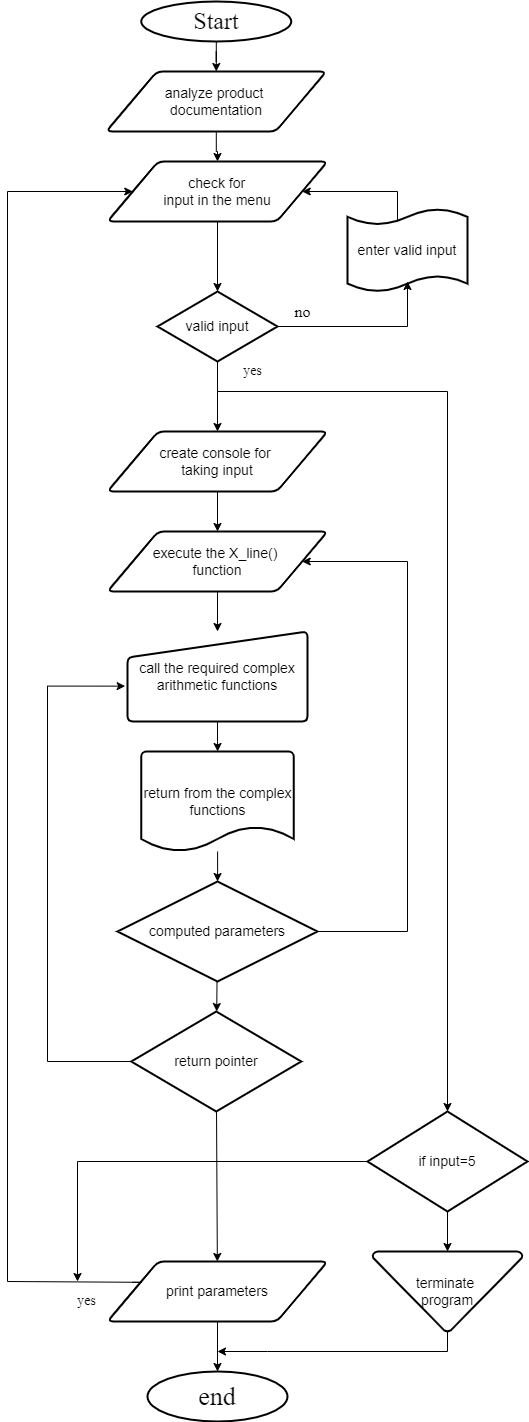
Earlier version of the draw.io export 2_Architecture/high level diagram.drawio.png (AnilSAski/M1_Matrix-Calculator). Source tidied: cells renumbered, new cells last; positions are measured from the earlier drawing's top-left corner, leaving out a move shared by most shapes.
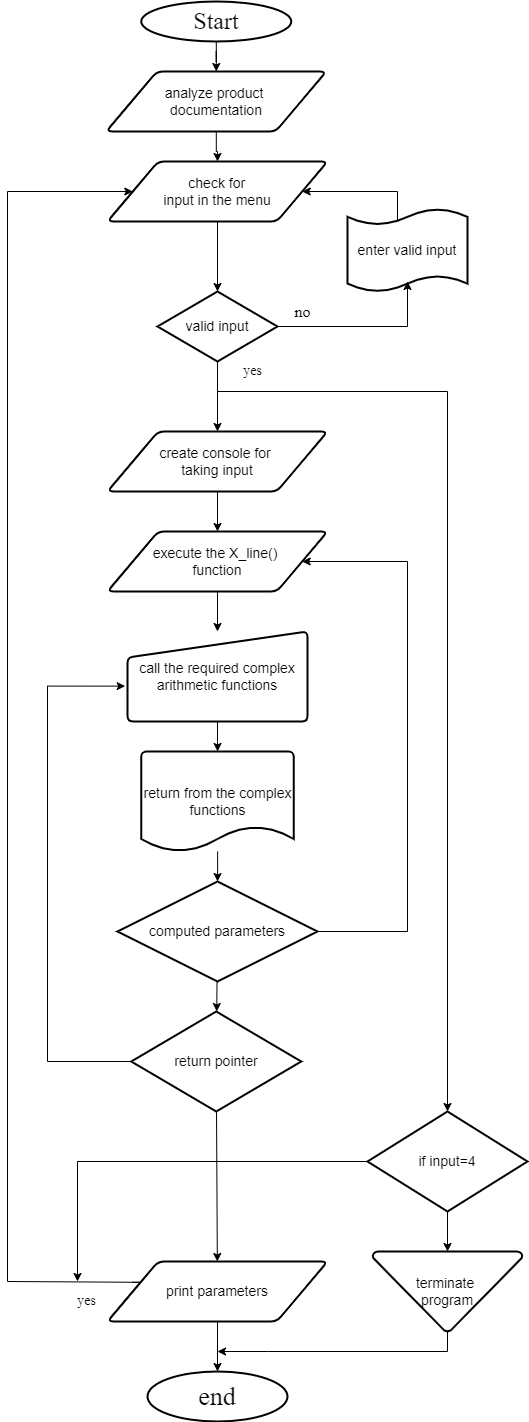
After the change.

What changed in the source:
```diff
@@ -79,7 +79,7 @@
     <mxCell id="25" style="edgeStyle=none;rounded=0;jettySize=auto;html=1;fontFamily=Times New Roman;fontSize=14;" parent="1" edge="1" source="26" target="27">
       <mxGeometry relative="1" as="geometry" />
     </mxCell>
-    <mxCell id="26" value="&lt;font style=&quot;font-size: 14px&quot;&gt;if input=5&lt;/font&gt;" style="strokeWidth=2;html=1;shape=mxgraph.flowchart.decision;whiteSpace=wrap;" parent="1" vertex="1">
+    <mxCell id="26" value="&lt;font style=&quot;font-size: 14px&quot;&gt;if input=4&lt;/font&gt;" style="strokeWidth=2;html=1;shape=mxgraph.flowchart.decision;whiteSpace=wrap;" parent="1" vertex="1">
       <mxGeometry x="360" y="1110" width="160" height="100" as="geometry" />
     </mxCell>
     <mxCell id="27" value="&lt;font style=&quot;font-size: 14px&quot;&gt;terminate &lt;br&gt;program&lt;/font&gt;" style="strokeWidth=2;html=1;shape=mxgraph.flowchart.merge_or_storage;whiteSpace=wrap;" parent="1" vertex="1">
```
